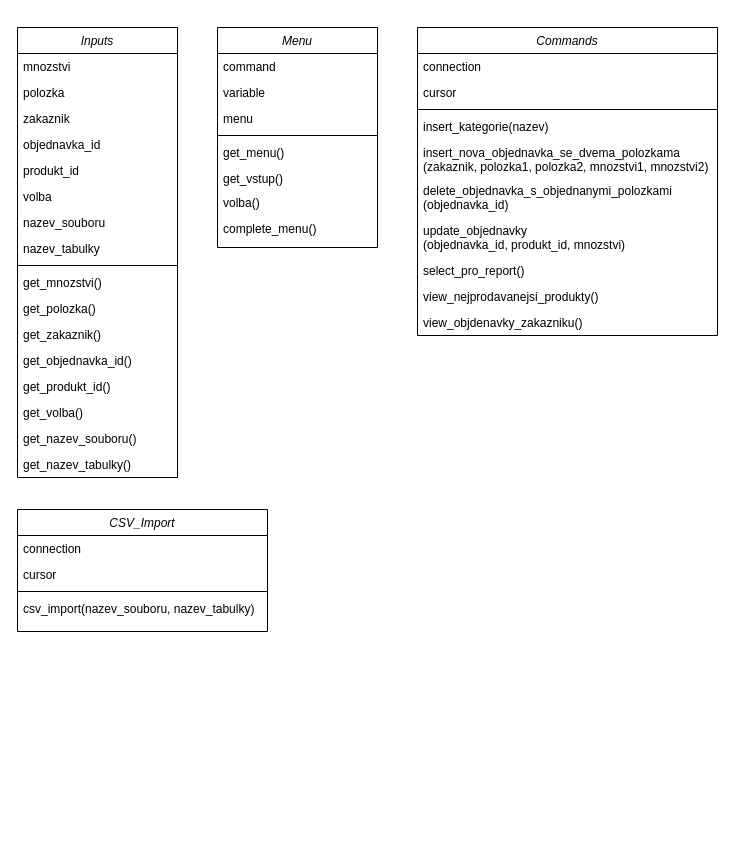
NeightN/DB_System keeps this draw.io diagram as Untitled Diagram.drawio. Above is the earlier version. Source tidied: cells renumbered, new cells numbered last; positions are measured from the earlier drawing's top-left corner, leaving out a move shared by most shapes. Both pictures are drawn from the tidied source at 100%, with x=0, y=0 at pixel (17, 27).
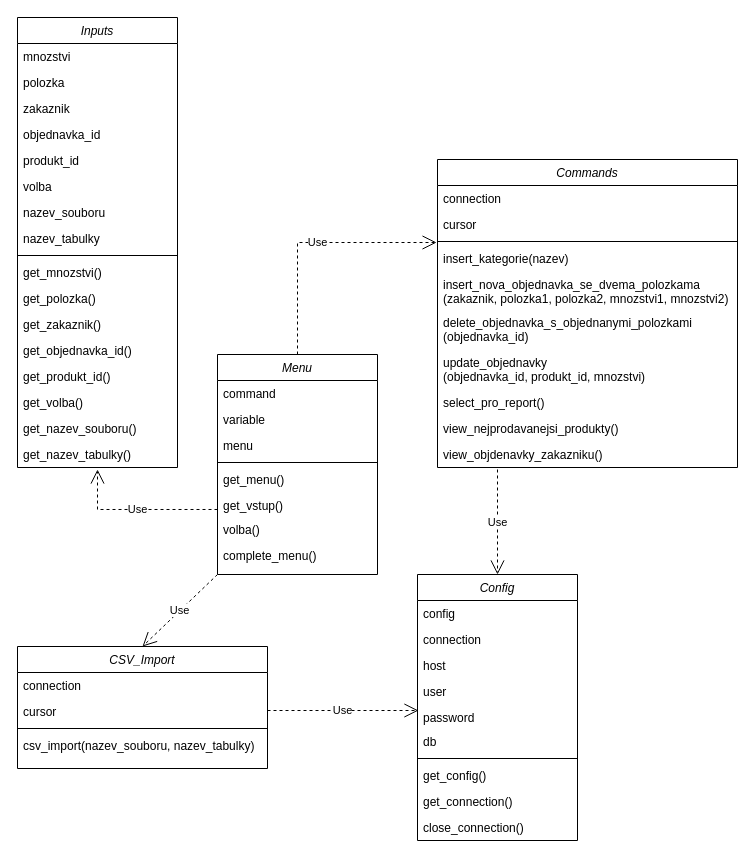
Above is the later version.

Unchanged cells that the change refers to:
```xml
<mxCell id="8" value="get_vstup()" style="text;align=left;verticalAlign=top;spacingLeft=4;spacingRight=4;overflow=hidden;points=[[0,0.5],[1,0.5]];portConstraint=eastwest;" parent="2" vertex="1">
  <mxGeometry y="138" width="160" height="24" as="geometry" />
</mxCell>
<mxCell id="33" value="insert_kategorie(nazev)" style="text;align=left;verticalAlign=top;spacingLeft=4;spacingRight=4;overflow=hidden;points=[[0,0.5],[1,0.5]];portConstraint=eastwest;" parent="29" vertex="1">
  <mxGeometry y="86" width="300" height="26" as="geometry" />
</mxCell>
```

The edit, as a diff of the source:
```diff
@@
     <mxCell id="2" value="Menu" style="swimlane;fontStyle=2;align=center;verticalAlign=top;horizontal=1;startSize=26;rounded=0;shadow=0;strokeWidth=1;" parent="1" vertex="1">
-      <mxGeometry x="200" width="160" height="220" as="geometry" />
+      <mxGeometry x="200" y="327" width="160" height="220" as="geometry" />
     </mxCell>
@@
     <mxCell id="11" value="Inputs" style="swimlane;fontStyle=2;align=center;verticalAlign=top;horizontal=1;startSize=26;rounded=0;shadow=0;strokeWidth=1;" parent="1" vertex="1">
-      <mxGeometry width="160" height="450" as="geometry" />
+      <mxGeometry y="-10" width="160" height="450" as="geometry" />
     </mxCell>
@@
     <mxCell id="29" value="Commands" style="swimlane;fontStyle=2;align=center;verticalAlign=top;horizontal=1;startSize=26;rounded=0;shadow=0;strokeWidth=1;" parent="1" vertex="1">
-      <mxGeometry x="400" width="300" height="308" as="geometry" />
+      <mxGeometry x="420" y="132" width="300" height="308" as="geometry" />
     </mxCell>
@@
     <mxCell id="40" value="CSV_Import" style="swimlane;fontStyle=2;align=center;verticalAlign=top;horizontal=1;startSize=26;rounded=0;shadow=0;strokeWidth=1;" parent="1" vertex="1">
-      <mxGeometry y="482" width="250" height="122" as="geometry" />
+      <mxGeometry y="619" width="250" height="122" as="geometry" />
     </mxCell>
@@
+    <mxCell id="45" value="Config" style="swimlane;fontStyle=2;align=center;verticalAlign=top;horizontal=1;startSize=26;rounded=0;shadow=0;strokeWidth=1;" parent="1" vertex="1">
+      <mxGeometry x="400" y="547" width="160" height="266" as="geometry" />
+    </mxCell>
+    <mxCell id="46" value="config" style="text;align=left;verticalAlign=top;spacingLeft=4;spacingRight=4;overflow=hidden;" parent="45" vertex="1">
+      <mxGeometry y="26" width="160" height="26" as="geometry" />
+    </mxCell>
+    <mxCell id="47" value="connection" style="text;align=left;verticalAlign=top;spacingLeft=4;spacingRight=4;overflow=hidden;rounded=0;shadow=0;html=0;" parent="45" vertex="1">
+      <mxGeometry y="52" width="160" height="26" as="geometry" />
+    </mxCell>
+    <mxCell id="48" value="host" style="text;align=left;verticalAlign=top;spacingLeft=4;spacingRight=4;overflow=hidden;rounded=0;shadow=0;html=0;" parent="45" vertex="1">
+      <mxGeometry y="78" width="160" height="26" as="geometry" />
+    </mxCell>
+    <mxCell id="49" value="user" style="text;align=left;verticalAlign=top;spacingLeft=4;spacingRight=4;overflow=hidden;" parent="45" vertex="1">
+      <mxGeometry y="104" width="160" height="26" as="geometry" />
+    </mxCell>
+    <mxCell id="50" value="password" style="text;align=left;verticalAlign=top;spacingLeft=4;spacingRight=4;overflow=hidden;points=[[0,0.5],[1,0.5]];portConstraint=eastwest;" parent="45" vertex="1">
+      <mxGeometry y="130" width="160" height="24" as="geometry" />
+    </mxCell>
+    <mxCell id="51" value="db" style="text;align=left;verticalAlign=top;spacingLeft=4;spacingRight=4;overflow=hidden;" parent="45" vertex="1">
+      <mxGeometry y="154" width="160" height="26" as="geometry" />
+    </mxCell>
+    <mxCell id="52" style="line;html=1;strokeWidth=1;align=left;verticalAlign=middle;spacingTop=-1;spacingLeft=3;spacingRight=3;labelPosition=right;" parent="45" vertex="1">
+      <mxGeometry y="180" width="160" height="8" as="geometry" />
+    </mxCell>
+    <mxCell id="53" value="get_config()" style="text;align=left;verticalAlign=top;spacingLeft=4;spacingRight=4;overflow=hidden;" parent="45" vertex="1">
+      <mxGeometry y="188" width="160" height="26" as="geometry" />
+    </mxCell>
+    <mxCell id="54" value="get_connection()" style="text;align=left;verticalAlign=top;spacingLeft=4;spacingRight=4;overflow=hidden;rounded=0;shadow=0;html=0;" parent="45" vertex="1">
+      <mxGeometry y="214" width="160" height="26" as="geometry" />
+    </mxCell>
+    <mxCell id="55" value="close_connection()" style="text;align=left;verticalAlign=top;spacingLeft=4;spacingRight=4;overflow=hidden;rounded=0;shadow=0;html=0;" parent="45" vertex="1">
+      <mxGeometry y="240" width="160" height="26" as="geometry" />
+    </mxCell>
+    <mxCell id="56" value="Use" style="endArrow=open;endSize=12;dashed=1;html=1;rounded=0;entryX=0.5;entryY=0;entryDx=0;entryDy=0;" parent="1" edge="1" target="45">
+      <mxGeometry relative="1" as="geometry">
+        <mxPoint x="480" y="442" as="sourcePoint" />
+      </mxGeometry>
+    </mxCell>
+    <mxCell id="57" value="Use" style="endArrow=open;endSize=12;dashed=1;html=1;rounded=0;entryX=0.006;entryY=0.25;entryDx=0;entryDy=0;entryPerimeter=0;" parent="1" edge="1" target="50">
+      <mxGeometry relative="1" as="geometry">
+        <mxPoint x="250" y="683" as="sourcePoint" />
+      </mxGeometry>
+    </mxCell>
+    <mxCell id="58" value="Use" style="endArrow=open;endSize=12;dashed=1;html=1;rounded=0;exitX=0;exitY=0.708;exitDx=0;exitDy=0;exitPerimeter=0;" parent="1" edge="1" source="8">
+      <mxGeometry relative="1" as="geometry">
+        <mxPoint x="80" y="442" as="targetPoint" />
+        <Array as="points">
+          <mxPoint x="80" y="482" />
+        </Array>
+      </mxGeometry>
+    </mxCell>
+    <mxCell id="59" value="Use" style="endArrow=open;endSize=12;dashed=1;html=1;rounded=0;exitX=0;exitY=1;exitDx=0;exitDy=0;entryX=0.5;entryY=0;entryDx=0;entryDy=0;" parent="1" edge="1" source="2" target="40">
+      <mxGeometry relative="1" as="geometry" />
+    </mxCell>
+    <mxCell id="60" value="Use" style="endArrow=open;endSize=12;dashed=1;html=1;rounded=0;exitX=0.5;exitY=0;exitDx=0;exitDy=0;entryX=-0.003;entryY=-0.115;entryDx=0;entryDy=0;entryPerimeter=0;" parent="1" edge="1" source="2" target="33">
+      <mxGeometry x="0.05" relative="1" as="geometry">
+        <Array as="points">
+          <mxPoint x="280" y="215" />
+        </Array>
+      </mxGeometry>
+    </mxCell>
```
